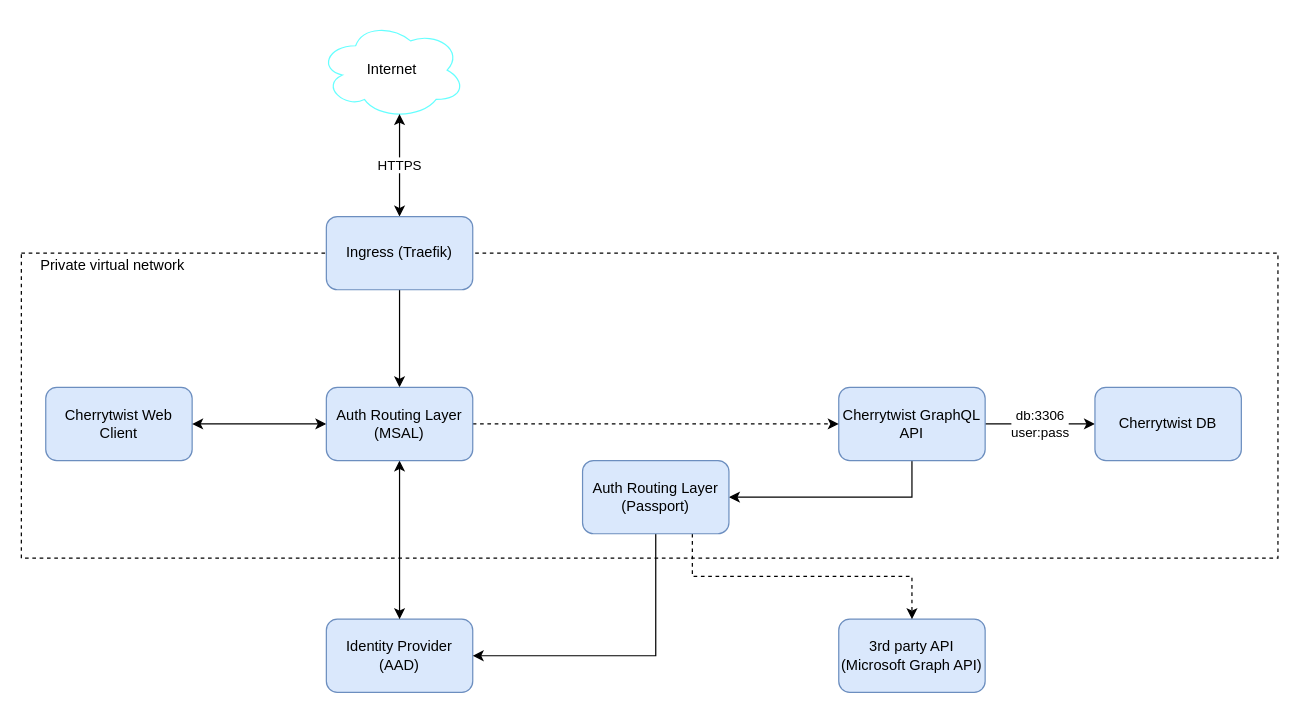
Earlier version of the draw.io diagram docs/diagrams/security-deployment.drawio (alkem-io/alkemio). Source tidied: cells renumbered, new cells numbered last; positions are measured from the earlier drawing's top-left corner, leaving out a move shared by most shapes. Both pictures are drawn from the tidied source at 122%, with x=0, y=0 at pixel (21, 21).
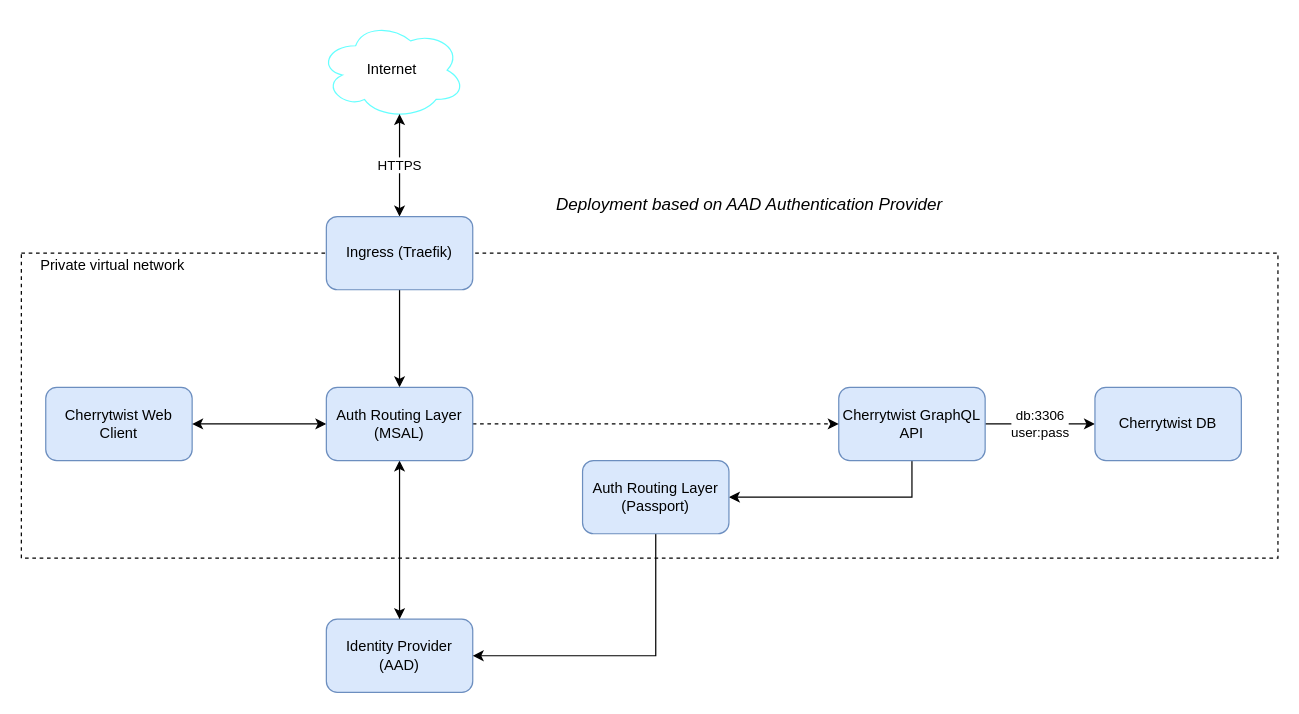
The same diagram, later.

The change refers to these unchanged cells:
```xml
<mxCell id="19" value="Auth Routing Layer (Passport)" style="rounded=1;whiteSpace=wrap;html=1;fillColor=#dae8fc;strokeColor=#6c8ebf;" parent="1" vertex="1">
  <mxGeometry x="460" y="360" width="120" height="60" as="geometry" />
</mxCell>
```

Diff of the diagram source:
```diff
@@
-    <mxCell id="12" value="3rd party API (Microsoft Graph API)" style="rounded=1;whiteSpace=wrap;html=1;fillColor=#dae8fc;strokeColor=#6c8ebf;" parent="1" vertex="1">
-      <mxGeometry x="670" y="490" width="120" height="60" as="geometry" />
-    </mxCell>
@@
-    <mxCell id="18" style="edgeStyle=orthogonalEdgeStyle;rounded=0;jettySize=auto;html=1;exitX=0.75;exitY=1;exitDx=0;exitDy=0;entryX=0.5;entryY=0;entryDx=0;entryDy=0;dashed=1;startArrow=none;startFill=0;" parent="1" edge="1" source="19" target="12">
-      <mxGeometry relative="1" as="geometry" />
-    </mxCell>
@@
+    <mxCell id="22" value="Deployment based on AAD Authentication Provider" style="text;html=1;strokeColor=none;fillColor=none;align=center;verticalAlign=middle;whiteSpace=wrap;rounded=0;fontSize=14;fontStyle=2;" parent="1" vertex="1">
+      <mxGeometry x="417" y="140" width="360" height="20" as="geometry" />
+    </mxCell>
```
